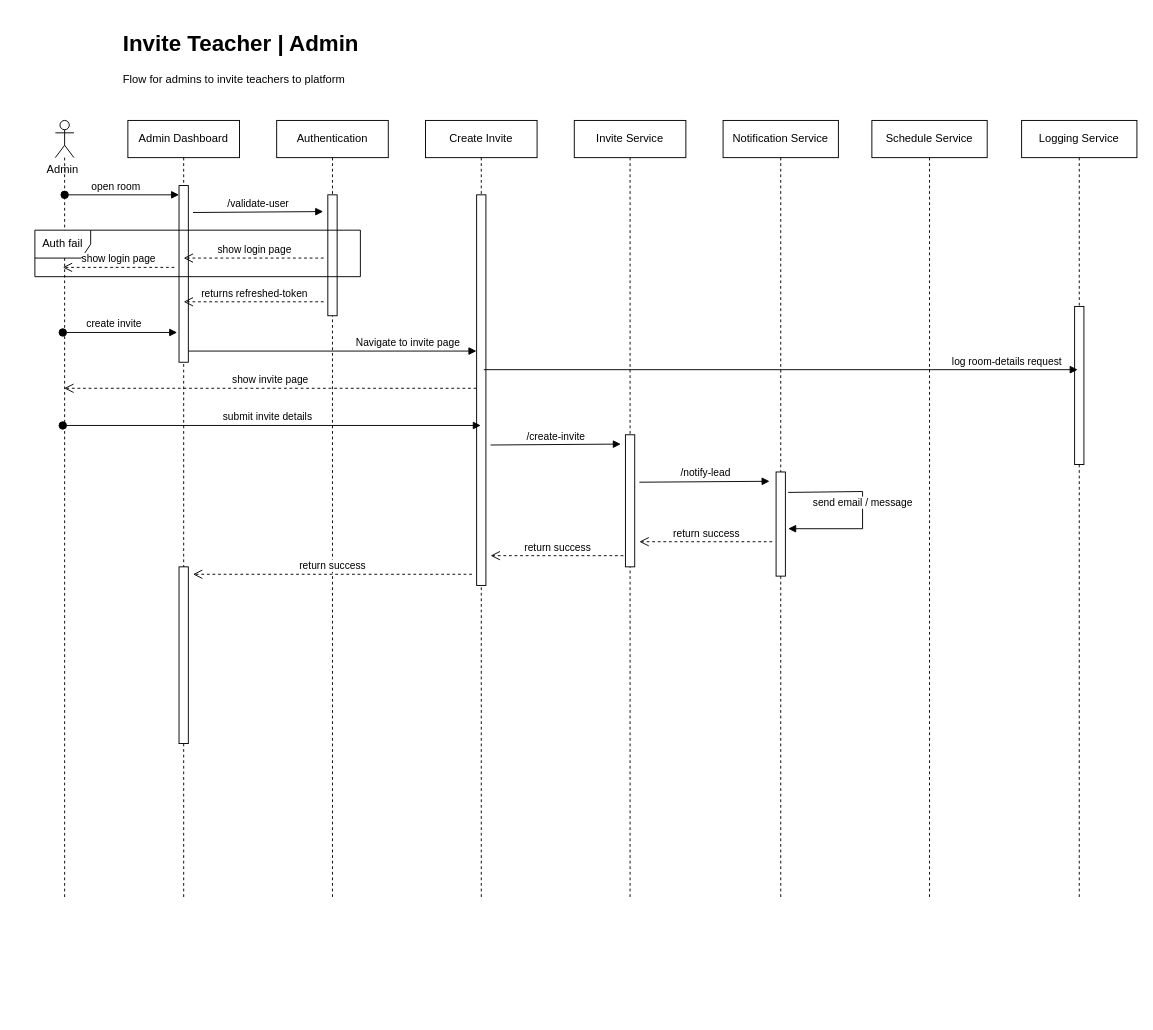
This is page "Invite | Admin" (6 of 6) of docs/assets/Sequence Diagram.drawio from akshayvijaynair/music-academy-docs, a draw.io file, before an edit. Source tidied: cells renumbered, new cells numbered last; positions are measured from the earlier drawing's top-left corner, leaving out a move shared by most shapes. Both pictures are drawn from the tidied source at 93%, with x=0, y=0 at pixel (34, 25).
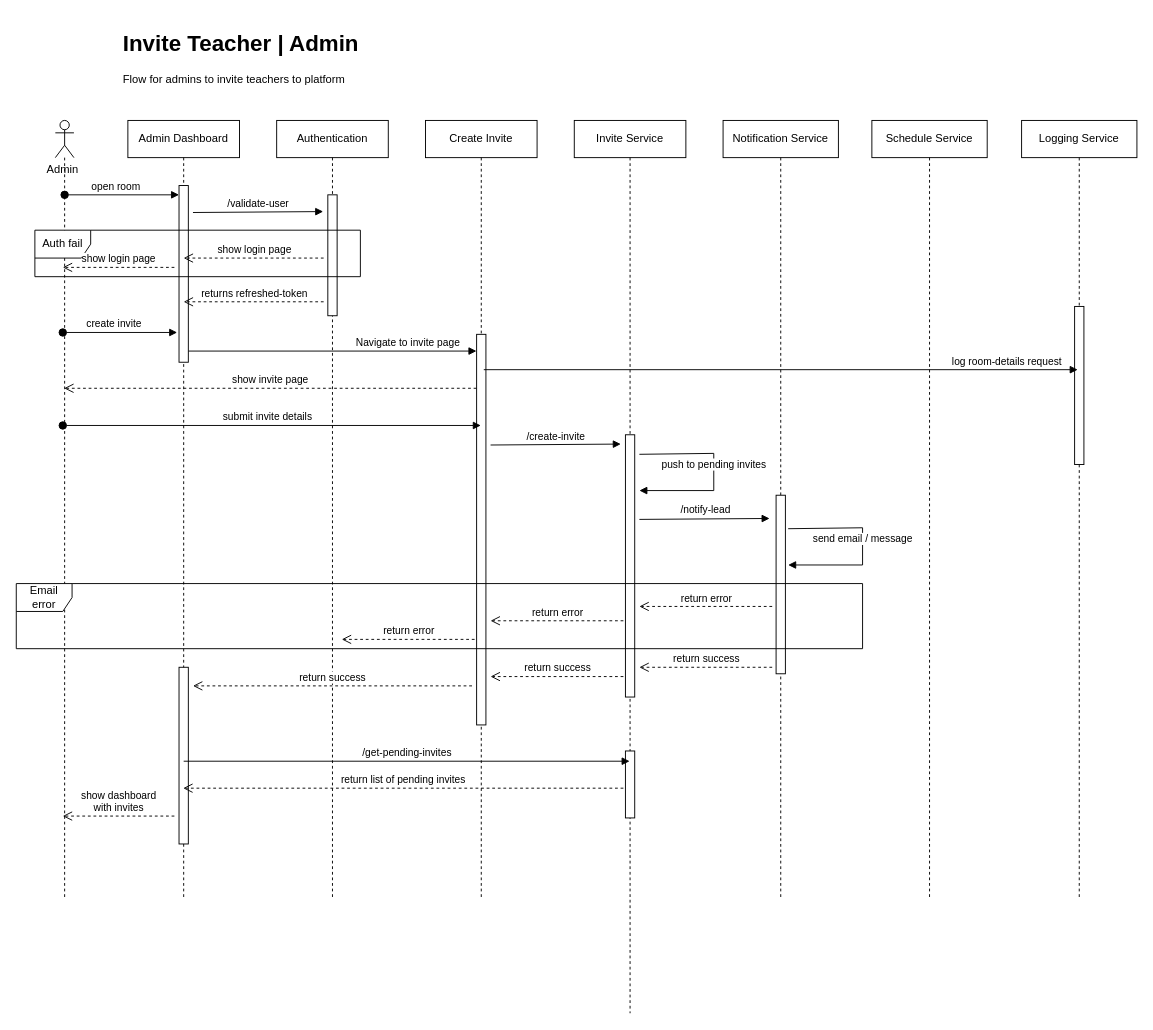
Above is the later version.

Commit message:
feat(SequenceDiagram): add final steps to invite flow to teachers from admins

Unchanged cells that the change refers to:
```xml
<mxCell id="2" value="Admin Dashboard" style="shape=umlLifeline;perimeter=lifelinePerimeter;whiteSpace=wrap;html=1;outlineConnect=0;portConstraint=eastwest;newEdgeStyle={&quot;edgeStyle&quot;:&quot;elbowEdgeStyle&quot;,&quot;elbow&quot;:&quot;vertical&quot;,&quot;curved&quot;:0,&quot;rounded&quot;:0};" parent="1" vertex="1">
  <mxGeometry x="100" y="102" width="120" height="838" as="geometry" />
</mxCell>
<mxCell id="19" value="Create Invite" style="shape=umlLifeline;perimeter=lifelinePerimeter;whiteSpace=wrap;html=1;outlineConnect=0;portConstraint=eastwest;newEdgeStyle={&quot;edgeStyle&quot;:&quot;elbowEdgeStyle&quot;,&quot;elbow&quot;:&quot;vertical&quot;,&quot;curved&quot;:0,&quot;rounded&quot;:0};" parent="1" vertex="1">
  <mxGeometry x="420" y="102" width="120" height="838" as="geometry" />
</mxCell>
<mxCell id="26" value="Notification Service" style="shape=umlLifeline;perimeter=lifelinePerimeter;whiteSpace=wrap;html=1;newEdgeStyle={&quot;edgeStyle&quot;:&quot;elbowEdgeStyle&quot;,&quot;elbow&quot;:&quot;vertical&quot;,&quot;curved&quot;:0,&quot;rounded&quot;:0};" parent="1" vertex="1">
  <mxGeometry x="740" y="102" width="124" height="838" as="geometry" />
</mxCell>
```

The edit, as a diff of the source:
```diff
@@
     <mxCell id="4" style="html=1;perimeter=orthogonalPerimeter;targetShapes=umlLifeline;newEdgeStyle={&quot;edgeStyle&quot;:&quot;elbowEdgeStyle&quot;,&quot;elbow&quot;:&quot;vertical&quot;,&quot;curved&quot;:0,&quot;rounded&quot;:0};" parent="2" vertex="1">
-      <mxGeometry x="55" y="480" width="10" height="190" as="geometry" />
+      <mxGeometry x="55" y="588" width="10" height="190" as="geometry" />
     </mxCell>
@@
     <mxCell id="20" style="html=1;perimeter=orthogonalPerimeter;targetShapes=umlLifeline;newEdgeStyle={&quot;edgeStyle&quot;:&quot;elbowEdgeStyle&quot;,&quot;elbow&quot;:&quot;vertical&quot;,&quot;curved&quot;:0,&quot;rounded&quot;:0};" parent="19" vertex="1">
-      <mxGeometry x="55" y="80" width="10" height="420" as="geometry" />
+      <mxGeometry x="55" y="230" width="10" height="420" as="geometry" />
     </mxCell>
@@
     <mxCell id="23" value="Invite Service" style="shape=umlLifeline;perimeter=lifelinePerimeter;whiteSpace=wrap;html=1;outlineConnect=0;portConstraint=eastwest;newEdgeStyle={&quot;edgeStyle&quot;:&quot;elbowEdgeStyle&quot;,&quot;elbow&quot;:&quot;vertical&quot;,&quot;curved&quot;:0,&quot;rounded&quot;:0};" parent="1" vertex="1">
-      <mxGeometry x="580" y="102" width="120" height="838" as="geometry" />
+      <mxGeometry x="580" y="102" width="120" height="960" as="geometry" />
     </mxCell>
     <mxCell id="24" style="html=1;perimeter=orthogonalPerimeter;targetShapes=umlLifeline;newEdgeStyle={&quot;edgeStyle&quot;:&quot;elbowEdgeStyle&quot;,&quot;elbow&quot;:&quot;vertical&quot;,&quot;curved&quot;:0,&quot;rounded&quot;:0};" parent="23" vertex="1">
-      <mxGeometry x="55" y="338" width="10" height="142" as="geometry" />
+      <mxGeometry x="55" y="338" width="10" height="282" as="geometry" />
     </mxCell>
+    <mxCell id="38" style="html=1;perimeter=orthogonalPerimeter;targetShapes=umlLifeline;newEdgeStyle={&quot;edgeStyle&quot;:&quot;elbowEdgeStyle&quot;,&quot;elbow&quot;:&quot;vertical&quot;,&quot;curved&quot;:0,&quot;rounded&quot;:0};" parent="23" vertex="1">
+      <mxGeometry x="55" y="678" width="10" height="72" as="geometry" />
+    </mxCell>
@@
     <mxCell id="27" style="html=1;perimeter=orthogonalPerimeter;targetShapes=umlLifeline;newEdgeStyle={&quot;edgeStyle&quot;:&quot;elbowEdgeStyle&quot;,&quot;elbow&quot;:&quot;vertical&quot;,&quot;curved&quot;:0,&quot;rounded&quot;:0};" parent="26" vertex="1">
-      <mxGeometry x="57" y="378" width="10" height="112" as="geometry" />
+      <mxGeometry x="57" y="403" width="10" height="192" as="geometry" />
     </mxCell>
@@
     <mxCell id="33" value="/notify-lead" style="html=1;verticalAlign=bottom;endArrow=block;curved=0;rounded=0;" parent="1" edge="1">
       <mxGeometry x="0.01" relative="1" as="geometry">
-        <mxPoint x="650" y="491" as="sourcePoint" />
-        <mxPoint x="790" y="490" as="targetPoint" />
+        <mxPoint x="650" y="531" as="sourcePoint" />
+        <mxPoint x="790" y="530" as="targetPoint" />
       </mxGeometry>
     </mxCell>
     <mxCell id="34" value="send email / message" style="html=1;verticalAlign=bottom;endArrow=block;curved=0;rounded=0;" parent="1" edge="1">
       <mxGeometry x="0.01" relative="1" as="geometry">
-        <mxPoint x="810" y="502" as="sourcePoint" />
-        <mxPoint x="810" y="541" as="targetPoint" />
+        <mxPoint x="810" y="541" as="sourcePoint" />
+        <mxPoint x="810" y="580" as="targetPoint" />
         <Array as="points">
-          <mxPoint x="890" y="501" />
-          <mxPoint x="890" y="541" />
+          <mxPoint x="890" y="540" />
+          <mxPoint x="890" y="580" />
         </Array>
       </mxGeometry>
     </mxCell>
     <mxCell id="35" value="return success" style="html=1;verticalAlign=bottom;endArrow=open;dashed=1;endSize=8;curved=0;rounded=0;" parent="1" edge="1">
       <mxGeometry relative="1" as="geometry">
-        <mxPoint x="792.8" y="555" as="sourcePoint" />
-        <mxPoint x="650" y="555" as="targetPoint" />
+        <mxPoint x="792.8" y="690" as="sourcePoint" />
+        <mxPoint x="650" y="690" as="targetPoint" />
+        <Array as="points">
+          <mxPoint x="720" y="690" />
+        </Array>
       </mxGeometry>
     </mxCell>
-    <mxCell id="36" value="return success" style="html=1;verticalAlign=bottom;endArrow=open;dashed=1;endSize=8;curved=0;rounded=0;" parent="1" edge="1">
+    <mxCell id="36" value="return error" style="html=1;verticalAlign=bottom;endArrow=open;dashed=1;endSize=8;curved=0;rounded=0;" parent="1" edge="1">
       <mxGeometry relative="1" as="geometry">
-        <mxPoint x="632.8" y="570" as="sourcePoint" />
-        <mxPoint x="490" y="570" as="targetPoint" />
+        <mxPoint x="632.8" y="640" as="sourcePoint" />
+        <mxPoint x="490" y="640" as="targetPoint" />
       </mxGeometry>
     </mxCell>
     <mxCell id="37" value="return success" style="html=1;verticalAlign=bottom;endArrow=open;dashed=1;endSize=8;curved=0;rounded=0;" parent="1" edge="1">
       <mxGeometry relative="1" as="geometry">
-        <mxPoint x="470" y="590" as="sourcePoint" />
-        <mxPoint x="170" y="590" as="targetPoint" />
+        <mxPoint x="470" y="710" as="sourcePoint" />
+        <mxPoint x="170" y="710" as="targetPoint" />
       </mxGeometry>
     </mxCell>
+    <mxCell id="39" value="Email error" style="shape=umlFrame;whiteSpace=wrap;html=1;" parent="1" vertex="1">
+      <mxGeometry x="-20" y="600" width="910" height="70" as="geometry" />
+    </mxCell>
+    <mxCell id="40" value="return error" style="html=1;verticalAlign=bottom;endArrow=open;dashed=1;endSize=8;curved=0;rounded=0;" parent="1" edge="1">
+      <mxGeometry relative="1" as="geometry">
+        <mxPoint x="792.8" y="624.6" as="sourcePoint" />
+        <mxPoint x="650" y="624.6" as="targetPoint" />
+      </mxGeometry>
+    </mxCell>
+    <mxCell id="41" value="push to pending invites" style="html=1;verticalAlign=bottom;endArrow=block;curved=0;rounded=0;" parent="1" edge="1">
+      <mxGeometry x="0.01" relative="1" as="geometry">
+        <mxPoint x="650" y="461" as="sourcePoint" />
+        <mxPoint x="650" y="500" as="targetPoint" />
+        <Array as="points">
+          <mxPoint x="730" y="460" />
+          <mxPoint x="730" y="500" />
+        </Array>
+      </mxGeometry>
+    </mxCell>
+    <mxCell id="42" value="return success" style="html=1;verticalAlign=bottom;endArrow=open;dashed=1;endSize=8;curved=0;rounded=0;" parent="1" edge="1">
+      <mxGeometry relative="1" as="geometry">
+        <mxPoint x="632.8" y="700" as="sourcePoint" />
+        <mxPoint x="490" y="700" as="targetPoint" />
+      </mxGeometry>
+    </mxCell>
+    <mxCell id="43" value="/get-pending-invites" style="html=1;verticalAlign=bottom;endArrow=block;curved=0;rounded=0;" parent="1" edge="1" target="23">
+      <mxGeometry relative="1" as="geometry">
+        <mxPoint x="160" y="791" as="sourcePoint" />
+      </mxGeometry>
+    </mxCell>
+    <mxCell id="44" value="return error" style="html=1;verticalAlign=bottom;endArrow=open;dashed=1;endSize=8;curved=0;rounded=0;" parent="1" edge="1">
+      <mxGeometry relative="1" as="geometry">
+        <mxPoint x="472.8" y="660" as="sourcePoint" />
+        <mxPoint x="330" y="660" as="targetPoint" />
+      </mxGeometry>
+    </mxCell>
+    <mxCell id="45" value="return list of pending invites" style="html=1;verticalAlign=bottom;endArrow=open;dashed=1;endSize=8;curved=0;rounded=0;" parent="1" edge="1" target="2">
+      <mxGeometry relative="1" as="geometry">
+        <mxPoint x="632.8" y="820" as="sourcePoint" />
+      </mxGeometry>
+    </mxCell>
+    <mxCell id="46" value="show dashboard&lt;br&gt;with invites" style="html=1;verticalAlign=bottom;endArrow=open;dashed=1;endSize=8;curved=0;rounded=0;" parent="1" edge="1">
+      <mxGeometry relative="1" as="geometry">
+        <mxPoint x="150" y="850" as="sourcePoint" />
+        <mxPoint x="30" y="850" as="targetPoint" />
+      </mxGeometry>
+    </mxCell>
```
